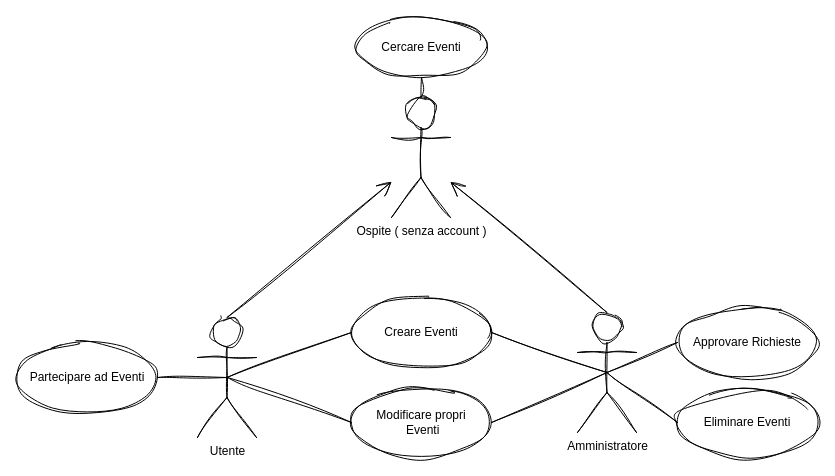
Above: Use Case Diagram.drawio in leonerder/GroupApp_FrontEnd (draw.io), before the change. Source tidied: cells renumbered, new cells numbered last; positions are measured from the earlier drawing's top-left corner, leaving out a move shared by most shapes. Both pictures are drawn from the tidied source at 100%, with x=0, y=0 at pixel (17, 17).
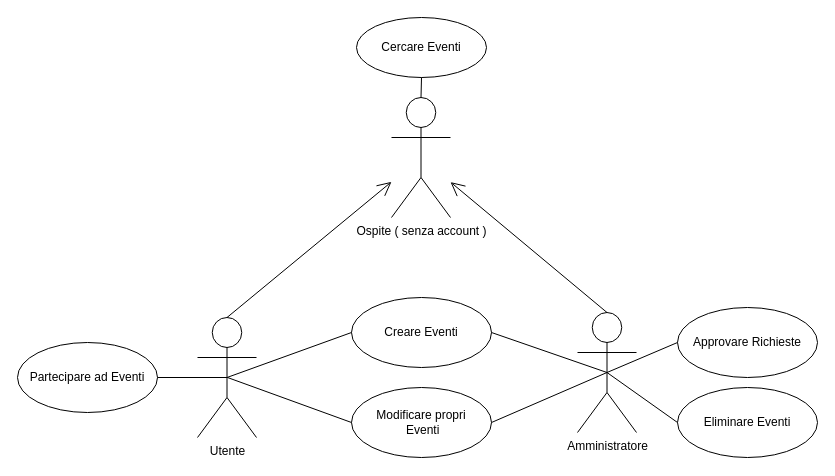
Above is the later version.

The edit, as a diff of the source:
```diff
@@
-    <mxCell id="2" value="Ospite ( senza account )" style="shape=umlActor;verticalLabelPosition=bottom;verticalAlign=top;html=1;shadow=0;sketch=1;curveFitting=1;jiggle=2;" parent="1" vertex="1">
+    <mxCell id="2" value="Ospite ( senza account )" style="shape=umlActor;verticalLabelPosition=bottom;verticalAlign=top;html=1;shadow=0;" parent="1" vertex="1">
       <mxGeometry x="374" y="80" width="59" height="120" as="geometry" />
     </mxCell>
-    <mxCell id="3" value="Cercare Eventi" style="ellipse;whiteSpace=wrap;html=1;shadow=0;sketch=1;curveFitting=1;jiggle=2;" parent="1" vertex="1">
+    <mxCell id="3" value="Cercare Eventi" style="ellipse;whiteSpace=wrap;html=1;shadow=0;" parent="1" vertex="1">
       <mxGeometry x="339" width="130" height="60" as="geometry" />
     </mxCell>
-    <mxCell id="4" value="Utente" style="shape=umlActor;verticalLabelPosition=bottom;verticalAlign=top;html=1;shadow=0;sketch=1;curveFitting=1;jiggle=2;" parent="1" vertex="1">
+    <mxCell id="4" value="Utente" style="shape=umlActor;verticalLabelPosition=bottom;verticalAlign=top;html=1;shadow=0;" parent="1" vertex="1">
       <mxGeometry x="180" y="300" width="59" height="120" as="geometry" />
     </mxCell>
-    <mxCell id="5" value="Partecipare ad Eventi" style="ellipse;whiteSpace=wrap;html=1;shadow=0;sketch=1;curveFitting=1;jiggle=2;" parent="1" vertex="1">
+    <mxCell id="5" value="Partecipare ad Eventi" style="ellipse;whiteSpace=wrap;html=1;shadow=0;" parent="1" vertex="1">
       <mxGeometry y="325" width="140" height="70" as="geometry" />
     </mxCell>
-    <mxCell id="6" value="Creare Eventi" style="ellipse;whiteSpace=wrap;html=1;shadow=0;sketch=1;curveFitting=1;jiggle=2;" parent="1" vertex="1">
+    <mxCell id="6" value="Creare Eventi" style="ellipse;whiteSpace=wrap;html=1;shadow=0;" parent="1" vertex="1">
       <mxGeometry x="334" y="280" width="140" height="70" as="geometry" />
     </mxCell>
-    <mxCell id="7" value="Amministratore" style="shape=umlActor;verticalLabelPosition=bottom;verticalAlign=top;html=1;shadow=0;sketch=1;curveFitting=1;jiggle=2;" parent="1" vertex="1">
+    <mxCell id="7" value="Amministratore" style="shape=umlActor;verticalLabelPosition=bottom;verticalAlign=top;html=1;shadow=0;" parent="1" vertex="1">
       <mxGeometry x="560" y="295" width="59" height="120" as="geometry" />
     </mxCell>
-    <mxCell id="8" value="Approvare Richieste" style="ellipse;whiteSpace=wrap;html=1;shadow=0;sketch=1;curveFitting=1;jiggle=2;" parent="1" vertex="1">
+    <mxCell id="8" value="Approvare Richieste" style="ellipse;whiteSpace=wrap;html=1;shadow=0;" parent="1" vertex="1">
       <mxGeometry x="660" y="290" width="140" height="70" as="geometry" />
     </mxCell>
-    <mxCell id="9" value="Eliminare Eventi" style="ellipse;whiteSpace=wrap;html=1;shadow=0;sketch=1;curveFitting=1;jiggle=2;" parent="1" vertex="1">
+    <mxCell id="9" value="Eliminare Eventi" style="ellipse;whiteSpace=wrap;html=1;shadow=0;" parent="1" vertex="1">
       <mxGeometry x="660" y="370" width="140" height="70" as="geometry" />
     </mxCell>
-    <mxCell id="10" value="Modificare propri&lt;div&gt;&lt;span style=&quot;background-color: initial;&quot;&gt;&amp;nbsp;Eventi&lt;/span&gt;&lt;/div&gt;" style="ellipse;whiteSpace=wrap;html=1;shadow=0;sketch=1;curveFitting=1;jiggle=2;" parent="1" vertex="1">
+    <mxCell id="10" value="Modificare propri&lt;div&gt;&lt;span style=&quot;background-color: initial;&quot;&gt;&amp;nbsp;Eventi&lt;/span&gt;&lt;/div&gt;" style="ellipse;whiteSpace=wrap;html=1;shadow=0;" parent="1" vertex="1">
       <mxGeometry x="334" y="370" width="140" height="70" as="geometry" />
     </mxCell>
-    <mxCell id="11" style="endArrow=open;endFill=1;endSize=12;html=1;rounded=0;exitX=0.5;exitY=0;exitDx=0;exitDy=0;exitPerimeter=0;shadow=0;sketch=1;curveFitting=1;jiggle=2;" parent="1" edge="1" source="4" target="2">
+    <mxCell id="11" style="endArrow=open;endFill=1;endSize=12;html=1;rounded=0;exitX=0.5;exitY=0;exitDx=0;exitDy=0;exitPerimeter=0;shadow=0;" parent="1" edge="1" source="4" target="2">
       <mxGeometry relative="1" as="geometry" />
     </mxCell>
-    <mxCell id="12" style="endArrow=open;endFill=1;endSize=12;html=1;rounded=0;exitX=0.5;exitY=0;exitDx=0;exitDy=0;exitPerimeter=0;shadow=0;sketch=1;curveFitting=1;jiggle=2;" parent="1" edge="1" source="7" target="2">
+    <mxCell id="12" style="endArrow=open;endFill=1;endSize=12;html=1;rounded=0;exitX=0.5;exitY=0;exitDx=0;exitDy=0;exitPerimeter=0;shadow=0;" parent="1" edge="1" source="7" target="2">
       <mxGeometry relative="1" as="geometry" />
     </mxCell>
-    <mxCell id="13" style="rounded=0;jettySize=auto;html=1;exitX=1;exitY=0.5;exitDx=0;exitDy=0;endArrow=none;endFill=0;entryX=0.5;entryY=0.5;entryDx=0;entryDy=0;entryPerimeter=0;shadow=0;sketch=1;curveFitting=1;jiggle=2;" parent="1" edge="1" source="5" target="4">
+    <mxCell id="13" style="rounded=0;jettySize=auto;html=1;exitX=1;exitY=0.5;exitDx=0;exitDy=0;endArrow=none;endFill=0;entryX=0.5;entryY=0.5;entryDx=0;entryDy=0;entryPerimeter=0;shadow=0;" parent="1" edge="1" source="5" target="4">
       <mxGeometry relative="1" as="geometry" />
     </mxCell>
-    <mxCell id="14" style="rounded=0;jettySize=auto;html=1;exitX=0.5;exitY=0.5;exitDx=0;exitDy=0;entryX=0;entryY=0.5;entryDx=0;entryDy=0;endArrow=none;endFill=0;exitPerimeter=0;shadow=0;sketch=1;curveFitting=1;jiggle=2;" parent="1" edge="1" source="4" target="6">
+    <mxCell id="14" style="rounded=0;jettySize=auto;html=1;exitX=0.5;exitY=0.5;exitDx=0;exitDy=0;entryX=0;entryY=0.5;entryDx=0;entryDy=0;endArrow=none;endFill=0;exitPerimeter=0;shadow=0;" parent="1" edge="1" source="4" target="6">
       <mxGeometry relative="1" as="geometry" />
     </mxCell>
-    <mxCell id="15" style="rounded=0;jettySize=auto;html=1;entryX=0;entryY=0.5;entryDx=0;entryDy=0;endArrow=none;endFill=0;shadow=0;sketch=1;curveFitting=1;jiggle=2;" parent="1" edge="1" target="10">
+    <mxCell id="15" style="rounded=0;jettySize=auto;html=1;entryX=0;entryY=0.5;entryDx=0;entryDy=0;endArrow=none;endFill=0;shadow=0;" parent="1" edge="1" target="10">
       <mxGeometry relative="1" as="geometry">
         <mxPoint x="210" y="360" as="sourcePoint" />
       </mxGeometry>
     </mxCell>
-    <mxCell id="16" style="rounded=0;jettySize=auto;html=1;endArrow=none;endFill=0;entryX=0.5;entryY=0.5;entryDx=0;entryDy=0;entryPerimeter=0;exitX=1;exitY=0.5;exitDx=0;exitDy=0;shadow=0;sketch=1;curveFitting=1;jiggle=2;" parent="1" edge="1" source="6" target="7">
+    <mxCell id="16" style="rounded=0;jettySize=auto;html=1;endArrow=none;endFill=0;entryX=0.5;entryY=0.5;entryDx=0;entryDy=0;entryPerimeter=0;exitX=1;exitY=0.5;exitDx=0;exitDy=0;shadow=0;" parent="1" edge="1" source="6" target="7">
       <mxGeometry relative="1" as="geometry" />
     </mxCell>
-    <mxCell id="17" style="rounded=0;jettySize=auto;html=1;endArrow=none;endFill=0;entryX=0.5;entryY=0.5;entryDx=0;entryDy=0;entryPerimeter=0;exitX=1;exitY=0.5;exitDx=0;exitDy=0;shadow=0;sketch=1;curveFitting=1;jiggle=2;" parent="1" edge="1" source="10" target="7">
+    <mxCell id="17" style="rounded=0;jettySize=auto;html=1;endArrow=none;endFill=0;entryX=0.5;entryY=0.5;entryDx=0;entryDy=0;entryPerimeter=0;exitX=1;exitY=0.5;exitDx=0;exitDy=0;shadow=0;" parent="1" edge="1" source="10" target="7">
       <mxGeometry relative="1" as="geometry" />
     </mxCell>
-    <mxCell id="18" style="rounded=0;jettySize=auto;html=1;endArrow=none;endFill=0;entryX=0.5;entryY=0.5;entryDx=0;entryDy=0;entryPerimeter=0;exitX=0;exitY=0.5;exitDx=0;exitDy=0;shadow=0;sketch=1;curveFitting=1;jiggle=2;" parent="1" edge="1" source="8" target="7">
+    <mxCell id="18" style="rounded=0;jettySize=auto;html=1;endArrow=none;endFill=0;entryX=0.5;entryY=0.5;entryDx=0;entryDy=0;entryPerimeter=0;exitX=0;exitY=0.5;exitDx=0;exitDy=0;shadow=0;" parent="1" edge="1" source="8" target="7">
       <mxGeometry relative="1" as="geometry" />
     </mxCell>
-    <mxCell id="19" style="rounded=0;jettySize=auto;html=1;endArrow=none;endFill=0;entryX=0;entryY=0.5;entryDx=0;entryDy=0;exitX=0.5;exitY=0.5;exitDx=0;exitDy=0;exitPerimeter=0;shadow=0;sketch=1;curveFitting=1;jiggle=2;" parent="1" edge="1" source="7" target="9">
+    <mxCell id="19" style="rounded=0;jettySize=auto;html=1;endArrow=none;endFill=0;entryX=0;entryY=0.5;entryDx=0;entryDy=0;exitX=0.5;exitY=0.5;exitDx=0;exitDy=0;exitPerimeter=0;shadow=0;" parent="1" edge="1" source="7" target="9">
       <mxGeometry relative="1" as="geometry" />
     </mxCell>
-    <mxCell id="20" style="rounded=0;jettySize=auto;html=1;endArrow=none;endFill=0;entryX=0.5;entryY=1;entryDx=0;entryDy=0;exitX=0.5;exitY=0;exitDx=0;exitDy=0;exitPerimeter=0;shadow=0;sketch=1;curveFitting=1;jiggle=2;" parent="1" edge="1" source="2" target="3">
+    <mxCell id="20" style="rounded=0;jettySize=auto;html=1;endArrow=none;endFill=0;entryX=0.5;entryY=1;entryDx=0;entryDy=0;exitX=0.5;exitY=0;exitDx=0;exitDy=0;exitPerimeter=0;shadow=0;" parent="1" edge="1" source="2" target="3">
       <mxGeometry relative="1" as="geometry" />
     </mxCell>
```
